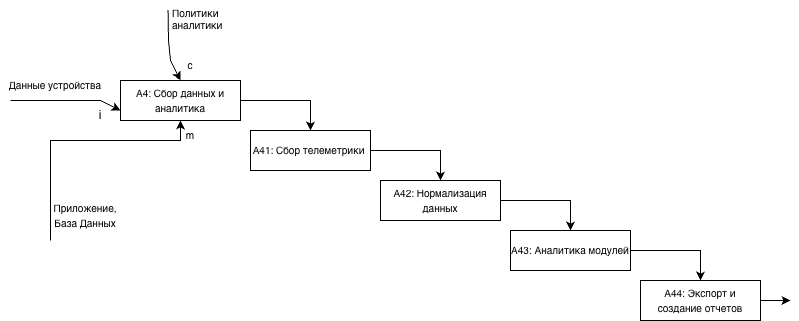
The draw.io diagram Диаграммы (3 Лабораторная работа)/Диаграмма первого уровня А4 (3 Лабораторная).png in motshexe/3103-PGUTISHKI, before a commit. Source tidied: cells renumbered, new cells last; positions are measured from the earlier drawing's top-left corner, leaving out a move shared by most shapes. The source it was exported from:
```xml
<mxGraphModel>
  <root>
    <mxCell id="0" />
    <mxCell id="1" parent="0" />
    <mxCell id="2" style="edgeStyle=orthogonalEdgeStyle;rounded=0;jettySize=auto;html=1;exitX=1;exitY=0.5;exitDx=0;exitDy=0;entryX=0.5;entryY=0;entryDx=0;entryDy=0;" parent="1" edge="1" source="3" target="11">
      <mxGeometry relative="1" as="geometry" />
    </mxCell>
    <mxCell id="3" value="&lt;font style=&quot;font-size: 10px;&quot;&gt;A4: Сбор данных и аналитика&lt;/font&gt;" style="rounded=0;whiteSpace=wrap;html=1;" parent="1" vertex="1">
      <mxGeometry x="120" y="80" width="120" height="40" as="geometry" />
    </mxCell>
    <mxCell id="4" value="&lt;font style=&quot;font-size: 10px;&quot;&gt;Данные устройства&lt;/font&gt;" style="text;html=1;whiteSpace=wrap;strokeColor=none;fillColor=none;align=center;verticalAlign=middle;rounded=0;" parent="1" vertex="1">
      <mxGeometry y="70" width="110" height="30" as="geometry" />
    </mxCell>
    <mxCell id="5" style="edgeStyle=none;jettySize=auto;html=1;rounded=0;entryX=0;entryY=0.75;entryDx=0;entryDy=0;" parent="1" edge="1" target="3">
      <mxGeometry relative="1" as="geometry">
        <mxPoint x="10" y="100" as="sourcePoint" />
        <Array as="points">
          <mxPoint x="50" y="100" />
          <mxPoint x="100" y="100" />
        </Array>
      </mxGeometry>
    </mxCell>
    <mxCell id="6" value="i" style="text;html=1;whiteSpace=wrap;strokeColor=none;fillColor=none;align=center;verticalAlign=middle;rounded=0;" parent="1" vertex="1">
      <mxGeometry x="70" y="100" width="60" height="30" as="geometry" />
    </mxCell>
    <mxCell id="7" value="Политики аналитики" style="text;whiteSpace=wrap;fontSize=10;" parent="1" vertex="1">
      <mxGeometry x="170" width="90" height="40" as="geometry" />
    </mxCell>
    <mxCell id="8" style="edgeStyle=none;jettySize=auto;html=1;rounded=0;entryX=0.5;entryY=0;entryDx=0;entryDy=0;exitX=-0.027;exitY=0.235;exitDx=0;exitDy=0;exitPerimeter=0;" parent="1" edge="1" source="7" target="3">
      <mxGeometry relative="1" as="geometry">
        <Array as="points">
          <mxPoint x="168" y="40" />
          <mxPoint x="170" y="60" />
        </Array>
      </mxGeometry>
    </mxCell>
    <mxCell id="9" value="&lt;font style=&quot;font-size: 10px;&quot;&gt;с&lt;/font&gt;" style="text;html=1;whiteSpace=wrap;strokeColor=none;fillColor=none;align=center;verticalAlign=middle;rounded=0;" parent="1" vertex="1">
      <mxGeometry x="160" y="50" width="60" height="30" as="geometry" />
    </mxCell>
    <mxCell id="10" style="edgeStyle=orthogonalEdgeStyle;rounded=0;jettySize=auto;html=1;exitX=1;exitY=0.5;exitDx=0;exitDy=0;entryX=0.5;entryY=0;entryDx=0;entryDy=0;" parent="1" edge="1" source="11" target="13">
      <mxGeometry relative="1" as="geometry" />
    </mxCell>
    <mxCell id="11" value="&lt;font style=&quot;font-size: 10px;&quot;&gt;A41: Сбор телеметрики&amp;nbsp;&lt;/font&gt;" style="rounded=0;whiteSpace=wrap;html=1;" parent="1" vertex="1">
      <mxGeometry x="250" y="130" width="120" height="40" as="geometry" />
    </mxCell>
    <mxCell id="12" style="edgeStyle=orthogonalEdgeStyle;rounded=0;jettySize=auto;html=1;exitX=1;exitY=0.5;exitDx=0;exitDy=0;entryX=0.5;entryY=0;entryDx=0;entryDy=0;" parent="1" edge="1" source="13" target="15">
      <mxGeometry relative="1" as="geometry" />
    </mxCell>
    <mxCell id="13" value="&lt;font style=&quot;font-size: 10px;&quot;&gt;A42: Нормализация данных&lt;/font&gt;" style="rounded=0;whiteSpace=wrap;html=1;" parent="1" vertex="1">
      <mxGeometry x="380" y="180" width="120" height="40" as="geometry" />
    </mxCell>
    <mxCell id="14" style="edgeStyle=orthogonalEdgeStyle;rounded=0;jettySize=auto;html=1;exitX=1;exitY=0.5;exitDx=0;exitDy=0;entryX=0.5;entryY=0;entryDx=0;entryDy=0;" parent="1" edge="1" source="15" target="17">
      <mxGeometry relative="1" as="geometry" />
    </mxCell>
    <mxCell id="15" value="&lt;font style=&quot;font-size: 10px;&quot;&gt;A43: Аналитика модулей&lt;/font&gt;&lt;span style=&quot;color: rgba(0, 0, 0, 0); font-family: monospace; font-size: 0px; text-align: start; text-wrap-mode: nowrap;&quot;&gt;%3CmxGraphModel%3E%3Croot%3E%3CmxCell%20id%3D%220%22%2F%3E%3CmxCell%20id%3D%221%22%20parent%3D%220%22%2F%3E%3CmxCell%20id%3D%222%22%20value%3D%22%26lt%3Bfont%20style%3D%26quot%3Bfont-size%3A%2010px%3B%26quot%3B%26gt%3BA12%3A%20%D0%92%D1%8B%D0%BF%D0%BE%D0%BB%D0%BD%D0%B5%D0%BD%D0%B8%D0%B5%20%D0%BA%D0%BE%D0%BC%D0%B0%D0%BD%D0%B4%26lt%3B%2Ffont%26gt%3B%22%20style%3D%22rounded%3D0%3BwhiteSpace%3Dwrap%3Bhtml%3D1%3B%22%20vertex%3D%221%22%20parent%3D%221%22%3E%3CmxGeometry%20x%3D%22380%22%20y%3D%22180%22%20width%3D%22120%22%20height%3D%2240%22%20as%3D%22geometry%22%2F%3E%3C%2FmxCell%3E%3C%2Froot%3E%3C%2FmxGraphModel%3E&lt;/span&gt;" style="rounded=0;whiteSpace=wrap;html=1;" parent="1" vertex="1">
      <mxGeometry x="510" y="230" width="120" height="40" as="geometry" />
    </mxCell>
    <mxCell id="16" style="edgeStyle=orthogonalEdgeStyle;rounded=0;jettySize=auto;html=1;exitX=1;exitY=0.5;exitDx=0;exitDy=0;" parent="1" edge="1" source="17">
      <mxGeometry relative="1" as="geometry">
        <mxPoint x="790" y="300.2" as="targetPoint" />
      </mxGeometry>
    </mxCell>
    <mxCell id="17" value="&lt;font style=&quot;font-size: 10px;&quot;&gt;A44: Экспорт и создание отчетов&lt;/font&gt;&lt;span style=&quot;color: rgba(0, 0, 0, 0); font-family: monospace; font-size: 0px; text-align: start; text-wrap-mode: nowrap;&quot;&gt;%3CmxGraphModel%3E%3Croot%3E%3CmxCell%20id%3D%220%22%2F%3E%3CmxCell%20id%3D%221%22%20parent%3D%220%22%2F%3E%3CmxCell%20id%3D%222%22%20value%3D%22%26lt%3Bfont%20style%3D%26quot%3Bfont-size%3A%2010px%3B%26quot%3B%26gt%3BA12%3A%20%D0%92%D1%8B%D0%BF%D0%BE%D0%BB%D0%BD%D0%B5%D0%BD%D0%B8%D0%B5%20%D0%BA%D0%BE%D0%BC%D0%B0%D0%BD%D0%B4%26lt%3B%2Ffont%26gt%3B%22%20style%3D%22rounded%3D0%3BwhiteSpace%3Dwrap%3Bhtml%3D1%3B%22%20vertex%3D%221%22%20parent%3D%221%22%3E%3CmxGeometry%20x%3D%22380%22%20y%3D%22180%22%20width%3D%22120%22%20height%3D%2240%22%20as%3D%22geometry%22%2F%3E%3C%2FmxCell%3E%3C%2Froot%3E%3C%2FmxGraphModel%3E&lt;/span&gt;" style="rounded=0;whiteSpace=wrap;html=1;" parent="1" vertex="1">
      <mxGeometry x="640" y="280" width="120" height="40" as="geometry" />
    </mxCell>
    <mxCell id="18" value="&lt;font style=&quot;font-size: 10px;&quot;&gt;Приложение, База Данных&lt;/font&gt;" style="text;html=1;whiteSpace=wrap;strokeColor=none;fillColor=none;align=center;verticalAlign=middle;rounded=0;" parent="1" vertex="1">
      <mxGeometry x="50" y="200" width="70" height="30" as="geometry" />
    </mxCell>
    <mxCell id="19" style="edgeStyle=none;jettySize=auto;html=1;rounded=0;entryX=0.5;entryY=1;entryDx=0;entryDy=0;" parent="1" edge="1" target="3">
      <mxGeometry relative="1" as="geometry">
        <mxPoint x="50" y="240" as="sourcePoint" />
        <Array as="points">
          <mxPoint x="50" y="240" />
          <mxPoint x="50" y="140" />
          <mxPoint x="180" y="140" />
        </Array>
      </mxGeometry>
    </mxCell>
    <mxCell id="20" value="&lt;span style=&quot;font-size: 10px;&quot;&gt;m&lt;/span&gt;" style="text;html=1;whiteSpace=wrap;strokeColor=none;fillColor=none;align=center;verticalAlign=middle;rounded=0;" parent="1" vertex="1">
      <mxGeometry x="160" y="120" width="60" height="30" as="geometry" />
    </mxCell>
  </root>
</mxGraphModel>
```
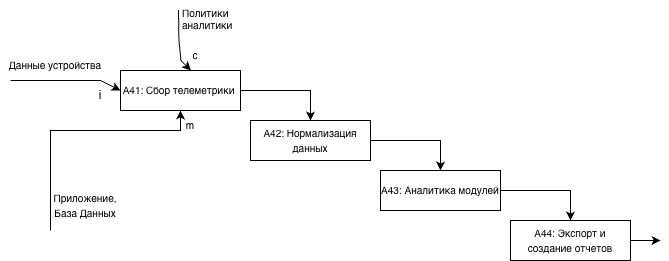
The same file after the commit.

The edit, as a diff of the source:
```diff
@@ -2,82 +2,79 @@
   <root>
     <mxCell id="0" />
     <mxCell id="1" parent="0" />
-    <mxCell id="2" style="edgeStyle=orthogonalEdgeStyle;rounded=0;jettySize=auto;html=1;exitX=1;exitY=0.5;exitDx=0;exitDy=0;entryX=0.5;entryY=0;entryDx=0;entryDy=0;" parent="1" edge="1" source="3" target="11">
-      <mxGeometry relative="1" as="geometry" />
-    </mxCell>
-    <mxCell id="3" value="&lt;font style=&quot;font-size: 10px;&quot;&gt;A4: Сбор данных и аналитика&lt;/font&gt;" style="rounded=0;whiteSpace=wrap;html=1;" parent="1" vertex="1">
-      <mxGeometry x="120" y="80" width="120" height="40" as="geometry" />
-    </mxCell>
     <mxCell id="4" value="&lt;font style=&quot;font-size: 10px;&quot;&gt;Данные устройства&lt;/font&gt;" style="text;html=1;whiteSpace=wrap;strokeColor=none;fillColor=none;align=center;verticalAlign=middle;rounded=0;" parent="1" vertex="1">
-      <mxGeometry y="70" width="110" height="30" as="geometry" />
+      <mxGeometry x="10" y="80" width="110" height="30" as="geometry" />
     </mxCell>
-    <mxCell id="5" style="edgeStyle=none;jettySize=auto;html=1;rounded=0;entryX=0;entryY=0.75;entryDx=0;entryDy=0;" parent="1" edge="1" target="3">
+    <mxCell id="5" style="edgeStyle=none;orthogonalLoop=1;jettySize=auto;html=1;rounded=0;entryX=0;entryY=0.75;entryDx=0;entryDy=0;" parent="1" edge="1">
       <mxGeometry relative="1" as="geometry">
-        <mxPoint x="10" y="100" as="sourcePoint" />
+        <mxPoint x="20" y="110" as="sourcePoint" />
+        <mxPoint x="130" y="120" as="targetPoint" />
         <Array as="points">
-          <mxPoint x="50" y="100" />
-          <mxPoint x="100" y="100" />
+          <mxPoint x="60" y="110" />
+          <mxPoint x="110" y="110" />
         </Array>
       </mxGeometry>
     </mxCell>
     <mxCell id="6" value="i" style="text;html=1;whiteSpace=wrap;strokeColor=none;fillColor=none;align=center;verticalAlign=middle;rounded=0;" parent="1" vertex="1">
-      <mxGeometry x="70" y="100" width="60" height="30" as="geometry" />
+      <mxGeometry x="80" y="110" width="60" height="30" as="geometry" />
     </mxCell>
     <mxCell id="7" value="Политики аналитики" style="text;whiteSpace=wrap;fontSize=10;" parent="1" vertex="1">
-      <mxGeometry x="170" width="90" height="40" as="geometry" />
+      <mxGeometry x="190.4" y="30" width="90" height="40" as="geometry" />
     </mxCell>
-    <mxCell id="8" style="edgeStyle=none;jettySize=auto;html=1;rounded=0;entryX=0.5;entryY=0;entryDx=0;entryDy=0;exitX=-0.027;exitY=0.235;exitDx=0;exitDy=0;exitPerimeter=0;" parent="1" edge="1" source="7" target="3">
+    <mxCell id="8" style="edgeStyle=none;jettySize=auto;html=1;rounded=0;exitX=-0.027;exitY=0.235;exitDx=0;exitDy=0;exitPerimeter=0;" parent="1" edge="1" source="7">
       <mxGeometry relative="1" as="geometry">
+        <mxPoint x="200.4" y="100" as="targetPoint" />
         <Array as="points">
-          <mxPoint x="168" y="40" />
-          <mxPoint x="170" y="60" />
+          <mxPoint x="188.4" y="70" />
+          <mxPoint x="190.4" y="90" />
         </Array>
       </mxGeometry>
     </mxCell>
     <mxCell id="9" value="&lt;font style=&quot;font-size: 10px;&quot;&gt;с&lt;/font&gt;" style="text;html=1;whiteSpace=wrap;strokeColor=none;fillColor=none;align=center;verticalAlign=middle;rounded=0;" parent="1" vertex="1">
-      <mxGeometry x="160" y="50" width="60" height="30" as="geometry" />
+      <mxGeometry x="200" y="70" width="10" height="30" as="geometry" />
     </mxCell>
     <mxCell id="10" style="edgeStyle=orthogonalEdgeStyle;rounded=0;jettySize=auto;html=1;exitX=1;exitY=0.5;exitDx=0;exitDy=0;entryX=0.5;entryY=0;entryDx=0;entryDy=0;" parent="1" edge="1" source="11" target="13">
       <mxGeometry relative="1" as="geometry" />
     </mxCell>
     <mxCell id="11" value="&lt;font style=&quot;font-size: 10px;&quot;&gt;A41: Сбор телеметрики&amp;nbsp;&lt;/font&gt;" style="rounded=0;whiteSpace=wrap;html=1;" parent="1" vertex="1">
-      <mxGeometry x="250" y="130" width="120" height="40" as="geometry" />
+      <mxGeometry x="130" y="100" width="120" height="40" as="geometry" />
     </mxCell>
     <mxCell id="12" style="edgeStyle=orthogonalEdgeStyle;rounded=0;jettySize=auto;html=1;exitX=1;exitY=0.5;exitDx=0;exitDy=0;entryX=0.5;entryY=0;entryDx=0;entryDy=0;" parent="1" edge="1" source="13" target="15">
       <mxGeometry relative="1" as="geometry" />
     </mxCell>
     <mxCell id="13" value="&lt;font style=&quot;font-size: 10px;&quot;&gt;A42: Нормализация данных&lt;/font&gt;" style="rounded=0;whiteSpace=wrap;html=1;" parent="1" vertex="1">
-      <mxGeometry x="380" y="180" width="120" height="40" as="geometry" />
+      <mxGeometry x="260" y="150" width="120" height="40" as="geometry" />
     </mxCell>
     <mxCell id="14" style="edgeStyle=orthogonalEdgeStyle;rounded=0;jettySize=auto;html=1;exitX=1;exitY=0.5;exitDx=0;exitDy=0;entryX=0.5;entryY=0;entryDx=0;entryDy=0;" parent="1" edge="1" source="15" target="17">
       <mxGeometry relative="1" as="geometry" />
     </mxCell>
     <mxCell id="15" value="&lt;font style=&quot;font-size: 10px;&quot;&gt;A43: Аналитика модулей&lt;/font&gt;&lt;span style=&quot;color: rgba(0, 0, 0, 0); font-family: monospace; font-size: 0px; text-align: start; text-wrap-mode: nowrap;&quot;&gt;%3CmxGraphModel%3E%3Croot%3E%3CmxCell%20id%3D%220%22%2F%3E%3CmxCell%20id%3D%221%22%20parent%3D%220%22%2F%3E%3CmxCell%20id%3D%222%22%20value%3D%22%26lt%3Bfont%20style%3D%26quot%3Bfont-size%3A%2010px%3B%26quot%3B%26gt%3BA12%3A%20%D0%92%D1%8B%D0%BF%D0%BE%D0%BB%D0%BD%D0%B5%D0%BD%D0%B8%D0%B5%20%D0%BA%D0%BE%D0%BC%D0%B0%D0%BD%D0%B4%26lt%3B%2Ffont%26gt%3B%22%20style%3D%22rounded%3D0%3BwhiteSpace%3Dwrap%3Bhtml%3D1%3B%22%20vertex%3D%221%22%20parent%3D%221%22%3E%3CmxGeometry%20x%3D%22380%22%20y%3D%22180%22%20width%3D%22120%22%20height%3D%2240%22%20as%3D%22geometry%22%2F%3E%3C%2FmxCell%3E%3C%2Froot%3E%3C%2FmxGraphModel%3E&lt;/span&gt;" style="rounded=0;whiteSpace=wrap;html=1;" parent="1" vertex="1">
-      <mxGeometry x="510" y="230" width="120" height="40" as="geometry" />
+      <mxGeometry x="390" y="200" width="120" height="40" as="geometry" />
     </mxCell>
     <mxCell id="16" style="edgeStyle=orthogonalEdgeStyle;rounded=0;jettySize=auto;html=1;exitX=1;exitY=0.5;exitDx=0;exitDy=0;" parent="1" edge="1" source="17">
       <mxGeometry relative="1" as="geometry">
-        <mxPoint x="790" y="300.2" as="targetPoint" />
+        <mxPoint x="670" y="270.2" as="targetPoint" />
       </mxGeometry>
     </mxCell>
     <mxCell id="17" value="&lt;font style=&quot;font-size: 10px;&quot;&gt;A44: Экспорт и создание отчетов&lt;/font&gt;&lt;span style=&quot;color: rgba(0, 0, 0, 0); font-family: monospace; font-size: 0px; text-align: start; text-wrap-mode: nowrap;&quot;&gt;%3CmxGraphModel%3E%3Croot%3E%3CmxCell%20id%3D%220%22%2F%3E%3CmxCell%20id%3D%221%22%20parent%3D%220%22%2F%3E%3CmxCell%20id%3D%222%22%20value%3D%22%26lt%3Bfont%20style%3D%26quot%3Bfont-size%3A%2010px%3B%26quot%3B%26gt%3BA12%3A%20%D0%92%D1%8B%D0%BF%D0%BE%D0%BB%D0%BD%D0%B5%D0%BD%D0%B8%D0%B5%20%D0%BA%D0%BE%D0%BC%D0%B0%D0%BD%D0%B4%26lt%3B%2Ffont%26gt%3B%22%20style%3D%22rounded%3D0%3BwhiteSpace%3Dwrap%3Bhtml%3D1%3B%22%20vertex%3D%221%22%20parent%3D%221%22%3E%3CmxGeometry%20x%3D%22380%22%20y%3D%22180%22%20width%3D%22120%22%20height%3D%2240%22%20as%3D%22geometry%22%2F%3E%3C%2FmxCell%3E%3C%2Froot%3E%3C%2FmxGraphModel%3E&lt;/span&gt;" style="rounded=0;whiteSpace=wrap;html=1;" parent="1" vertex="1">
-      <mxGeometry x="640" y="280" width="120" height="40" as="geometry" />
+      <mxGeometry x="520" y="250" width="120" height="40" as="geometry" />
     </mxCell>
     <mxCell id="18" value="&lt;font style=&quot;font-size: 10px;&quot;&gt;Приложение, База Данных&lt;/font&gt;" style="text;html=1;whiteSpace=wrap;strokeColor=none;fillColor=none;align=center;verticalAlign=middle;rounded=0;" parent="1" vertex="1">
-      <mxGeometry x="50" y="200" width="70" height="30" as="geometry" />
+      <mxGeometry x="60" y="220" width="70" height="30" as="geometry" />
     </mxCell>
-    <mxCell id="19" style="edgeStyle=none;jettySize=auto;html=1;rounded=0;entryX=0.5;entryY=1;entryDx=0;entryDy=0;" parent="1" edge="1" target="3">
+    <mxCell id="19" style="edgeStyle=none;orthogonalLoop=1;jettySize=auto;html=1;rounded=0;entryX=0.5;entryY=1;entryDx=0;entryDy=0;" parent="1" edge="1">
       <mxGeometry relative="1" as="geometry">
-        <mxPoint x="50" y="240" as="sourcePoint" />
+        <mxPoint x="60" y="260" as="sourcePoint" />
+        <mxPoint x="190" y="140" as="targetPoint" />
         <Array as="points">
-          <mxPoint x="50" y="240" />
-          <mxPoint x="50" y="140" />
-          <mxPoint x="180" y="140" />
+          <mxPoint x="60" y="260" />
+          <mxPoint x="60" y="160" />
+          <mxPoint x="190" y="160" />
         </Array>
       </mxGeometry>
     </mxCell>
     <mxCell id="20" value="&lt;span style=&quot;font-size: 10px;&quot;&gt;m&lt;/span&gt;" style="text;html=1;whiteSpace=wrap;strokeColor=none;fillColor=none;align=center;verticalAlign=middle;rounded=0;" parent="1" vertex="1">
-      <mxGeometry x="160" y="120" width="60" height="30" as="geometry" />
+      <mxGeometry x="170" y="140" width="60" height="30" as="geometry" />
     </mxCell>
   </root>
 </mxGraphModel>
```
